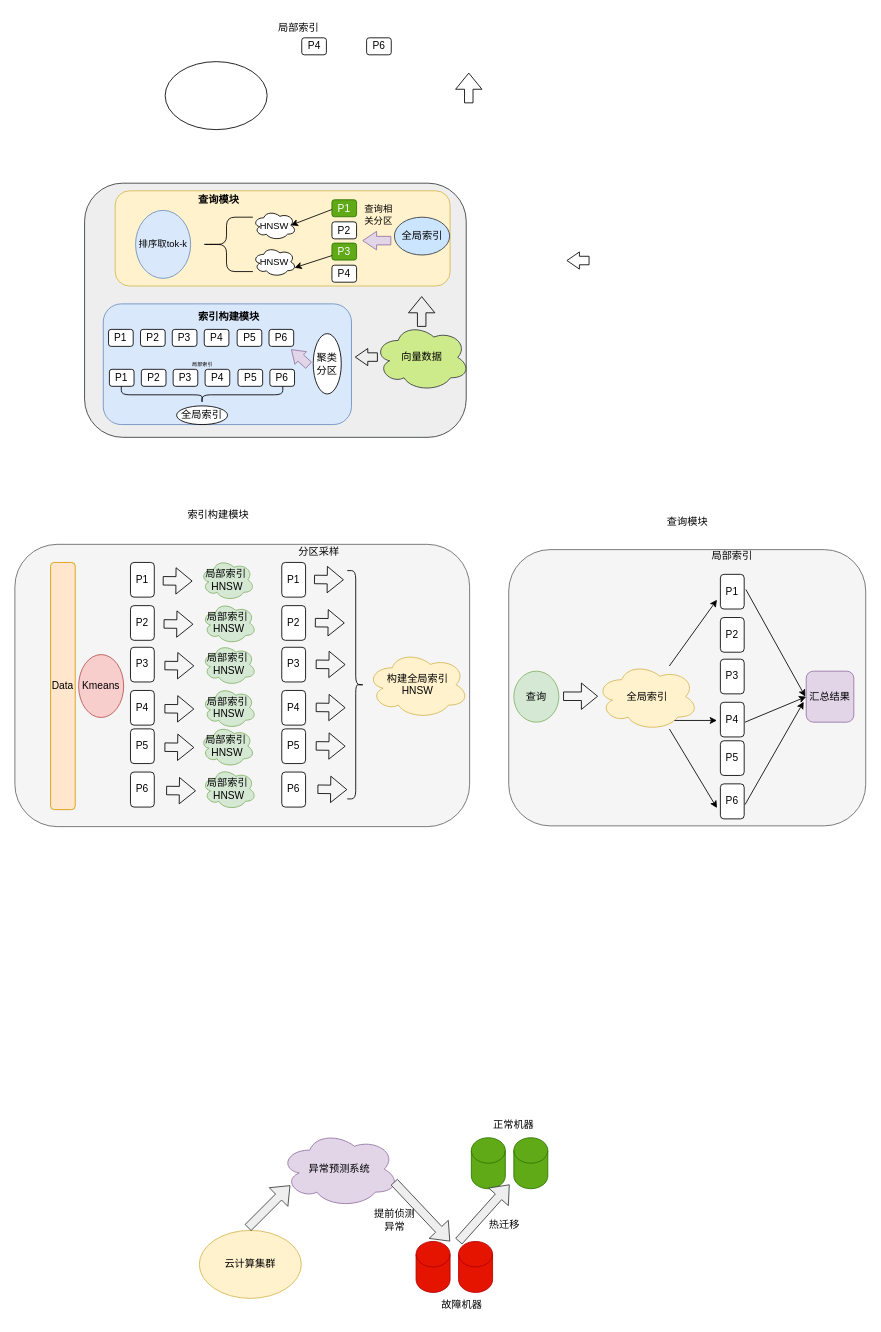
Above: Untitled Diagram.drawio in huzhiyi123/drawio.hub (draw.io), before the change. Source tidied: cells renumbered, new cells numbered last; positions are measured from the earlier drawing's top-left corner, leaving out a move shared by most shapes. Both pictures are drawn from the tidied source at 85%, with x=0, y=0 at pixel (14, 14).
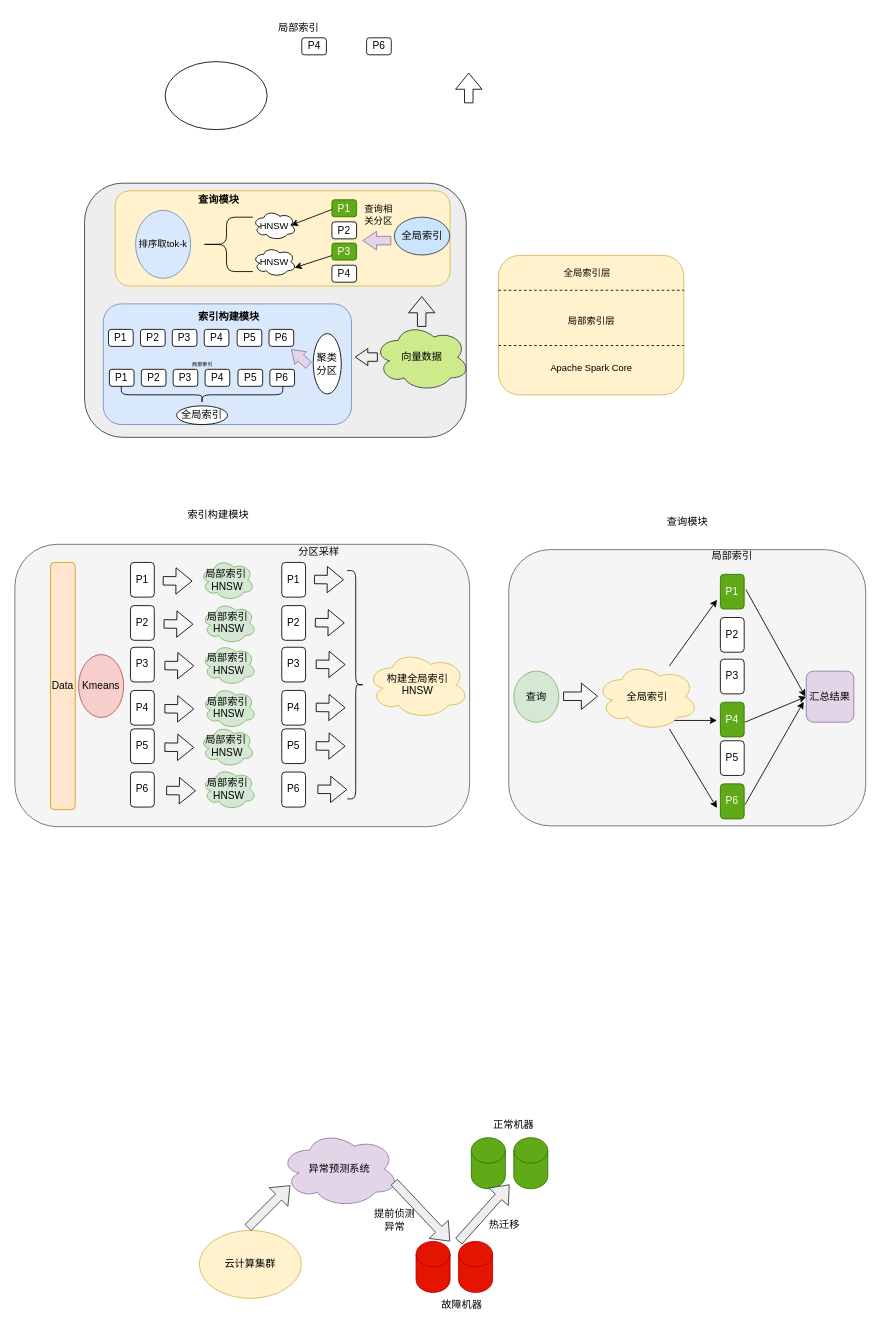
Above is the later version.

Change to the diagram source:
```diff
@@
-    <mxCell id="42" value="P1" style="rounded=1;whiteSpace=wrap;html=1;" parent="1" vertex="1">
+    <mxCell id="42" value="P1" style="rounded=1;whiteSpace=wrap;html=1;fillColor=#60a917;strokeColor=#2D7600;fontColor=#ffffff;" parent="1" vertex="1">
       <mxGeometry x="830" y="658.2" width="28" height="40.8" as="geometry" />
     </mxCell>
@@
-    <mxCell id="45" value="P4" style="rounded=1;whiteSpace=wrap;html=1;" parent="1" vertex="1">
+    <mxCell id="45" value="P4" style="rounded=1;whiteSpace=wrap;html=1;fillColor=#60a917;fontColor=#ffffff;strokeColor=#2D7600;" parent="1" vertex="1">
       <mxGeometry x="830" y="808.7" width="28" height="40.8" as="geometry" />
     </mxCell>
@@
-    <mxCell id="47" value="P6" style="rounded=1;whiteSpace=wrap;html=1;" parent="1" vertex="1">
+    <mxCell id="47" value="P6" style="rounded=1;whiteSpace=wrap;html=1;fillColor=#60a917;fontColor=#ffffff;strokeColor=#2D7600;" parent="1" vertex="1">
       <mxGeometry x="830" y="904.7" width="28" height="41.2" as="geometry" />
     </mxCell>
@@
-    <mxCell id="78" style="shape=flexArrow;endArrow=classic;html=1;rounded=0;endWidth=9.166666666666668;endSize=4.558333333333334;" parent="1" edge="1">
-      <mxGeometry relative="1" as="geometry">
-        <mxPoint x="676" y="289" as="sourcePoint" />
-        <mxPoint x="649" y="289" as="targetPoint" />
-      </mxGeometry>
-    </mxCell>
@@
+    <mxCell id="116" style="edgeStyle=orthogonalEdgeStyle;jettySize=auto;html=1;exitX=0;exitY=0.25;exitDx=0;exitDy=0;entryX=1;entryY=0.25;entryDx=0;entryDy=0;fontSize=11;rounded=0;endArrow=none;endFill=0;dashed=1;strokeColor=none;startArrow=none;" parent="1" edge="1" source="117">
+      <mxGeometry relative="1" as="geometry">
+        <mxPoint x="789" y="337.5" as="targetPoint" />
+      </mxGeometry>
+    </mxCell>
+    <mxCell id="117" style="rounded=1;whiteSpace=wrap;html=1;fontSize=11;fillColor=#fff2cc;strokeColor=#d6b656;" parent="1" vertex="1">
+      <mxGeometry x="569" y="283" width="218" height="164" as="geometry" />
+    </mxCell>
+    <mxCell id="118" style="endArrow=none;dashed=1;html=1;rounded=0;fontSize=11;jumpStyle=none;entryX=1;entryY=0.25;entryDx=0;entryDy=0;exitX=0;exitY=0.25;exitDx=0;exitDy=0;" parent="1" edge="1" source="117" target="117">
+      <mxGeometry relative="1" as="geometry" />
+    </mxCell>
+    <mxCell id="119" style="endArrow=none;dashed=1;html=1;rounded=0;fontSize=11;jumpStyle=none;entryX=1;entryY=0.25;entryDx=0;entryDy=0;exitX=0;exitY=0.25;exitDx=0;exitDy=0;" parent="1" edge="1">
+      <mxGeometry relative="1" as="geometry">
+        <mxPoint x="569" y="389" as="sourcePoint" />
+        <mxPoint x="787" y="389" as="targetPoint" />
+      </mxGeometry>
+    </mxCell>
+    <mxCell id="120" value="全局索引层" style="text;html=1;strokeColor=none;fillColor=none;align=center;verticalAlign=middle;whiteSpace=wrap;rounded=0;fontSize=11;" parent="1" vertex="1">
+      <mxGeometry x="639" y="288.5" width="69" height="30" as="geometry" />
+    </mxCell>
+    <mxCell id="121" value="局部索引层" style="text;html=1;strokeColor=none;fillColor=none;align=center;verticalAlign=middle;whiteSpace=wrap;rounded=0;fontSize=11;" parent="1" vertex="1">
+      <mxGeometry x="643.5" y="345" width="69" height="30" as="geometry" />
+    </mxCell>
+    <mxCell id="122" value="Apache Spark Core" style="text;html=1;strokeColor=none;fillColor=none;align=center;verticalAlign=middle;whiteSpace=wrap;rounded=0;fontSize=11;" parent="1" vertex="1">
+      <mxGeometry x="621.8" y="400" width="112.5" height="30" as="geometry" />
+    </mxCell>
```
